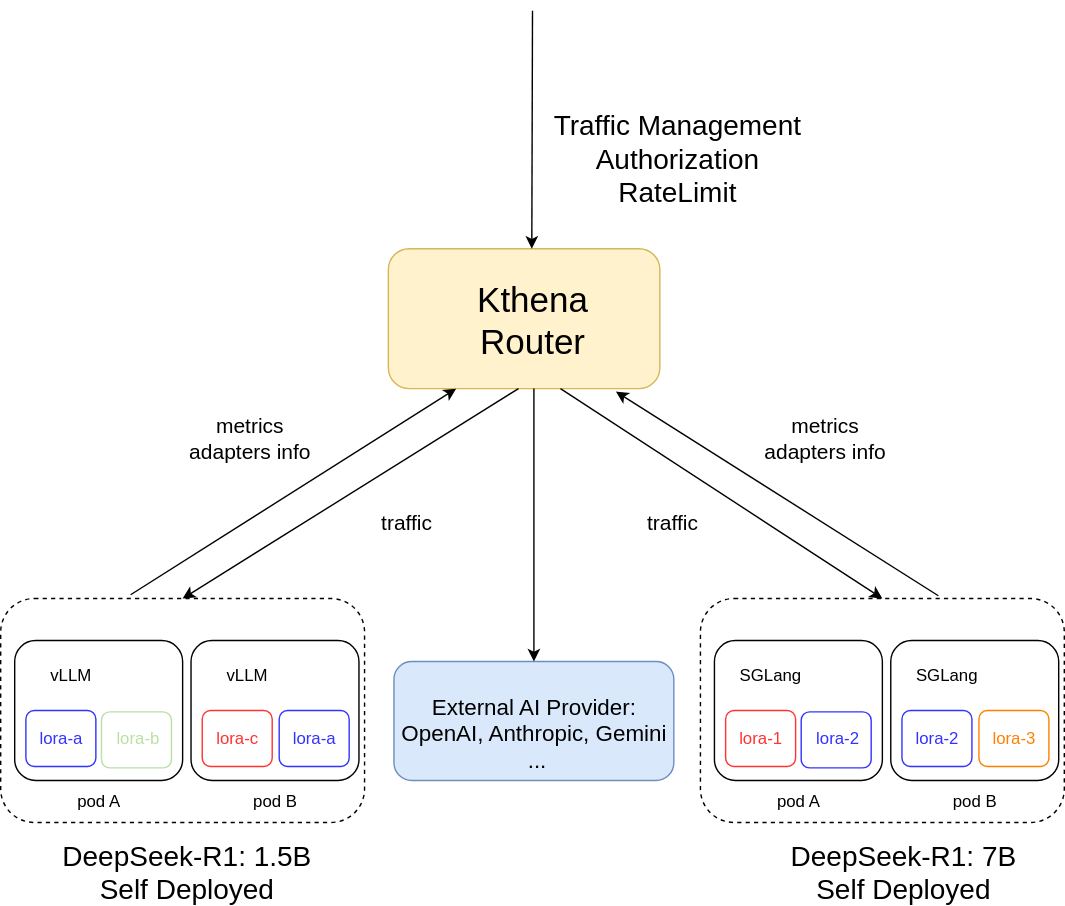
matrixinfer-ai/kthena keeps this draw.io diagram as docs/kthena/static/img/kthena-router-arch.svg. Above is the earlier version. Source tidied: cells renumbered, new cells last; positions are measured from the earlier drawing's top-left corner, leaving out a move shared by most shapes. Source of this version:
```xml
<mxGraphModel>
  <root>
    <mxCell id="0" />
    <mxCell id="1" parent="0" />
    <mxCell id="2" style="rounded=1;whiteSpace=wrap;html=1;fillColor=#fff2cc;strokeColor=#d6b656;" parent="1" vertex="1">
      <mxGeometry x="277" y="170" width="194" height="100" as="geometry" />
    </mxCell>
    <mxCell id="3" style="rounded=1;whiteSpace=wrap;html=1;strokeColor=default;dashed=1;" parent="1" vertex="1">
      <mxGeometry y="420" width="260" height="160" as="geometry" />
    </mxCell>
    <mxCell id="4" style="rounded=1;whiteSpace=wrap;html=1;" parent="1" vertex="1">
      <mxGeometry x="10" y="450" width="120" height="100" as="geometry" />
    </mxCell>
    <mxCell id="5" style="rounded=1;whiteSpace=wrap;html=1;labelBorderColor=none;strokeColor=#3333FF;" parent="1" vertex="1">
      <mxGeometry x="18" y="500" width="50" height="40" as="geometry" />
    </mxCell>
    <mxCell id="6" style="rounded=1;whiteSpace=wrap;html=1;strokeColor=#B9E0A5;" parent="1" vertex="1">
      <mxGeometry x="72" y="501" width="50" height="40" as="geometry" />
    </mxCell>
    <mxCell id="7" value="lora-a" style="text;html=1;align=center;verticalAlign=middle;whiteSpace=wrap;rounded=0;fontColor=#3333FF;" parent="1" vertex="1">
      <mxGeometry x="13" y="505" width="60" height="30" as="geometry" />
    </mxCell>
    <mxCell id="8" value="lora-b" style="text;html=1;align=center;verticalAlign=middle;whiteSpace=wrap;rounded=0;fontColor=#B9E0A5;" parent="1" vertex="1">
      <mxGeometry x="68" y="505" width="60" height="30" as="geometry" />
    </mxCell>
    <mxCell id="9" value="vLLM" style="text;html=1;align=center;verticalAlign=middle;whiteSpace=wrap;rounded=0;" parent="1" vertex="1">
      <mxGeometry x="20" y="460" width="60" height="30" as="geometry" />
    </mxCell>
    <mxCell id="10" value="pod A" style="text;html=1;align=center;verticalAlign=middle;whiteSpace=wrap;rounded=0;" parent="1" vertex="1">
      <mxGeometry x="40" y="550" width="60" height="30" as="geometry" />
    </mxCell>
    <mxCell id="11" style="rounded=1;whiteSpace=wrap;html=1;" parent="1" vertex="1">
      <mxGeometry x="136" y="450" width="120" height="100" as="geometry" />
    </mxCell>
    <mxCell id="12" value="vLLM" style="text;html=1;align=center;verticalAlign=middle;whiteSpace=wrap;rounded=0;" parent="1" vertex="1">
      <mxGeometry x="146" y="460" width="60" height="30" as="geometry" />
    </mxCell>
    <mxCell id="13" value="pod B" style="text;html=1;align=center;verticalAlign=middle;whiteSpace=wrap;rounded=0;" parent="1" vertex="1">
      <mxGeometry x="166" y="550" width="60" height="30" as="geometry" />
    </mxCell>
    <mxCell id="14" style="rounded=1;whiteSpace=wrap;html=1;strokeColor=#FF3333;" parent="1" vertex="1">
      <mxGeometry x="144" y="500" width="50" height="40" as="geometry" />
    </mxCell>
    <mxCell id="15" value="lora-c" style="text;html=1;align=center;verticalAlign=middle;whiteSpace=wrap;rounded=0;fontColor=#FF3333;" parent="1" vertex="1">
      <mxGeometry x="139" y="505" width="60" height="30" as="geometry" />
    </mxCell>
    <mxCell id="16" style="rounded=1;whiteSpace=wrap;html=1;strokeColor=#3333FF;" parent="1" vertex="1">
      <mxGeometry x="199" y="500" width="50" height="40" as="geometry" />
    </mxCell>
    <mxCell id="17" value="lora-a" style="text;html=1;align=center;verticalAlign=middle;whiteSpace=wrap;rounded=0;fontColor=#3333FF;" parent="1" vertex="1">
      <mxGeometry x="194" y="505" width="60" height="30" as="geometry" />
    </mxCell>
    <mxCell id="18" style="rounded=1;whiteSpace=wrap;html=1;strokeColor=default;dashed=1;" parent="1" vertex="1">
      <mxGeometry x="500" y="420" width="260" height="160" as="geometry" />
    </mxCell>
    <mxCell id="19" style="rounded=1;whiteSpace=wrap;html=1;" parent="1" vertex="1">
      <mxGeometry x="510" y="450" width="120" height="100" as="geometry" />
    </mxCell>
    <mxCell id="20" style="rounded=1;whiteSpace=wrap;html=1;fontColor=#FF3333;strokeColor=#FF3333;" parent="1" vertex="1">
      <mxGeometry x="518" y="500" width="50" height="40" as="geometry" />
    </mxCell>
    <mxCell id="21" style="rounded=1;whiteSpace=wrap;html=1;strokeColor=#3333FF;" parent="1" vertex="1">
      <mxGeometry x="572" y="501" width="50" height="40" as="geometry" />
    </mxCell>
    <mxCell id="22" value="lora-1" style="text;html=1;align=center;verticalAlign=middle;whiteSpace=wrap;rounded=0;fontColor=#FF3333;" parent="1" vertex="1">
      <mxGeometry x="513" y="505" width="60" height="30" as="geometry" />
    </mxCell>
    <mxCell id="23" value="lora-2" style="text;html=1;align=center;verticalAlign=middle;whiteSpace=wrap;rounded=0;fontColor=#3333FF;strokeColor=none;" parent="1" vertex="1">
      <mxGeometry x="568" y="505" width="60" height="30" as="geometry" />
    </mxCell>
    <mxCell id="24" value="SGLang" style="text;html=1;align=center;verticalAlign=middle;whiteSpace=wrap;rounded=0;" parent="1" vertex="1">
      <mxGeometry x="520" y="460" width="60" height="30" as="geometry" />
    </mxCell>
    <mxCell id="25" value="pod A" style="text;html=1;align=center;verticalAlign=middle;whiteSpace=wrap;rounded=0;" parent="1" vertex="1">
      <mxGeometry x="540" y="550" width="60" height="30" as="geometry" />
    </mxCell>
    <mxCell id="26" style="rounded=1;whiteSpace=wrap;html=1;" parent="1" vertex="1">
      <mxGeometry x="636" y="450" width="120" height="100" as="geometry" />
    </mxCell>
    <mxCell id="27" value="SGLang" style="text;html=1;align=center;verticalAlign=middle;whiteSpace=wrap;rounded=0;" parent="1" vertex="1">
      <mxGeometry x="646" y="460" width="60" height="30" as="geometry" />
    </mxCell>
    <mxCell id="28" value="pod B" style="text;html=1;align=center;verticalAlign=middle;whiteSpace=wrap;rounded=0;" parent="1" vertex="1">
      <mxGeometry x="666" y="550" width="60" height="30" as="geometry" />
    </mxCell>
    <mxCell id="29" style="rounded=1;whiteSpace=wrap;html=1;strokeColor=#3333FF;" parent="1" vertex="1">
      <mxGeometry x="644" y="500" width="50" height="40" as="geometry" />
    </mxCell>
    <mxCell id="30" value="lora-2" style="text;html=1;align=center;verticalAlign=middle;whiteSpace=wrap;rounded=0;fontColor=#3333FF;" parent="1" vertex="1">
      <mxGeometry x="639" y="505" width="60" height="30" as="geometry" />
    </mxCell>
    <mxCell id="31" style="rounded=1;whiteSpace=wrap;html=1;strokeColor=#FF8000;" parent="1" vertex="1">
      <mxGeometry x="699" y="500" width="50" height="40" as="geometry" />
    </mxCell>
    <mxCell id="32" value="lora-3" style="text;html=1;align=center;verticalAlign=middle;whiteSpace=wrap;rounded=0;fontColor=#FF8000;" parent="1" vertex="1">
      <mxGeometry x="694" y="505" width="60" height="30" as="geometry" />
    </mxCell>
    <mxCell id="33" value="&lt;font style=&quot;font-size: 25px;&quot;&gt;Kthena&lt;/font&gt;&lt;div&gt;&lt;font style=&quot;font-size: 25px;&quot;&gt;Router&lt;/font&gt;&lt;/div&gt;" style="text;html=1;align=center;verticalAlign=middle;whiteSpace=wrap;rounded=0;" parent="1" vertex="1">
      <mxGeometry x="350" y="205" width="60" height="30" as="geometry" />
    </mxCell>
    <mxCell id="34" style="rounded=1;whiteSpace=wrap;html=1;fillColor=#dae8fc;strokeColor=#6c8ebf;" parent="1" vertex="1">
      <mxGeometry x="281" y="465" width="200" height="85" as="geometry" />
    </mxCell>
    <mxCell id="35" value="&lt;font style=&quot;font-size: 16px;&quot;&gt;External AI Provider:&lt;/font&gt;&lt;div&gt;&lt;font style=&quot;font-size: 16px;&quot;&gt;OpenAI, Anthropic, Gemini&lt;/font&gt;&lt;/div&gt;&lt;div&gt;&lt;font style=&quot;font-size: 16px;&quot;&gt;&amp;nbsp;...&lt;/font&gt;&lt;/div&gt;" style="text;html=1;align=center;verticalAlign=middle;whiteSpace=wrap;rounded=0;" parent="1" vertex="1">
      <mxGeometry x="256" y="501" width="250" height="30" as="geometry" />
    </mxCell>
    <mxCell id="36" style="endArrow=classic;html=1;rounded=0;entryX=0.5;entryY=0;entryDx=0;entryDy=0;" parent="1" edge="1" target="3">
      <mxGeometry relative="1" as="geometry">
        <mxPoint x="370" y="270" as="sourcePoint" />
      </mxGeometry>
    </mxCell>
    <mxCell id="37" style="endArrow=classic;html=1;rounded=0;exitX=0.357;exitY=-0.017;exitDx=0;exitDy=0;exitPerimeter=0;entryX=0.25;entryY=1;entryDx=0;entryDy=0;" parent="1" edge="1" source="3" target="2">
      <mxGeometry relative="1" as="geometry" />
    </mxCell>
    <mxCell id="38" style="endArrow=classic;html=1;rounded=0;entryX=0.5;entryY=0;entryDx=0;entryDy=0;" parent="1" edge="1" target="34">
      <mxGeometry relative="1" as="geometry">
        <mxPoint x="381" y="270" as="sourcePoint" />
      </mxGeometry>
    </mxCell>
    <mxCell id="39" style="endArrow=classic;html=1;rounded=0;entryX=0.5;entryY=0;entryDx=0;entryDy=0;" parent="1" edge="1" target="18">
      <mxGeometry relative="1" as="geometry">
        <mxPoint x="400" y="270" as="sourcePoint" />
      </mxGeometry>
    </mxCell>
    <mxCell id="40" style="endArrow=classic;html=1;rounded=0;entryX=0.838;entryY=1.021;entryDx=0;entryDy=0;entryPerimeter=0;" parent="1" edge="1" target="2">
      <mxGeometry relative="1" as="geometry">
        <mxPoint x="670" y="418" as="sourcePoint" />
      </mxGeometry>
    </mxCell>
    <mxCell id="41" style="endArrow=classic;html=1;rounded=0;" parent="1" edge="1">
      <mxGeometry relative="1" as="geometry">
        <mxPoint x="380" as="sourcePoint" />
        <mxPoint x="379.5" y="170" as="targetPoint" />
      </mxGeometry>
    </mxCell>
    <mxCell id="42" value="&lt;font style=&quot;font-size: 20px;&quot;&gt;Traffic Management&lt;/font&gt;&lt;div&gt;&lt;font style=&quot;font-size: 20px;&quot;&gt;Authorization&lt;/font&gt;&lt;/div&gt;&lt;div&gt;&lt;font style=&quot;font-size: 20px;&quot;&gt;RateLimit&lt;/font&gt;&lt;/div&gt;" style="text;html=1;align=center;verticalAlign=middle;whiteSpace=wrap;rounded=0;" parent="1" vertex="1">
      <mxGeometry x="394" y="70" width="179" height="70" as="geometry" />
    </mxCell>
    <mxCell id="43" value="&lt;font style=&quot;font-size: 15px;&quot;&gt;metrics&lt;/font&gt;&lt;div&gt;&lt;font style=&quot;font-size: 15px;&quot;&gt;adapters info&lt;/font&gt;&lt;/div&gt;" style="text;html=1;align=center;verticalAlign=middle;whiteSpace=wrap;rounded=0;" parent="1" vertex="1">
      <mxGeometry x="128" y="290" width="100" height="30" as="geometry" />
    </mxCell>
    <mxCell id="44" value="&lt;font style=&quot;font-size: 15px;&quot;&gt;metrics&lt;/font&gt;&lt;div&gt;&lt;font style=&quot;font-size: 15px;&quot;&gt;adapters info&lt;/font&gt;&lt;/div&gt;" style="text;html=1;align=center;verticalAlign=middle;whiteSpace=wrap;rounded=0;" parent="1" vertex="1">
      <mxGeometry x="539" y="290" width="100" height="30" as="geometry" />
    </mxCell>
    <mxCell id="45" value="&lt;span style=&quot;font-size: 15px;&quot;&gt;traffic&lt;/span&gt;" style="text;html=1;align=center;verticalAlign=middle;whiteSpace=wrap;rounded=0;" parent="1" vertex="1">
      <mxGeometry x="240" y="350" width="100" height="30" as="geometry" />
    </mxCell>
    <mxCell id="46" value="&lt;span style=&quot;font-size: 15px;&quot;&gt;traffic&lt;/span&gt;" style="text;html=1;align=center;verticalAlign=middle;whiteSpace=wrap;rounded=0;" parent="1" vertex="1">
      <mxGeometry x="430" y="350" width="100" height="30" as="geometry" />
    </mxCell>
    <mxCell id="47" value="&lt;font style=&quot;font-size: 20px;&quot;&gt;DeepSeek-R1: 1.5B&lt;/font&gt;&lt;div&gt;&lt;font style=&quot;font-size: 20px;&quot;&gt;Self Deployed&lt;/font&gt;&lt;/div&gt;" style="text;html=1;align=center;verticalAlign=middle;whiteSpace=wrap;rounded=0;" parent="1" vertex="1">
      <mxGeometry x="38" y="600" width="190" height="30" as="geometry" />
    </mxCell>
    <mxCell id="48" value="&lt;font style=&quot;font-size: 20px;&quot;&gt;DeepSeek-R1: 7B&lt;/font&gt;&lt;div&gt;&lt;font style=&quot;font-size: 20px;&quot;&gt;Self Deployed&lt;/font&gt;&lt;/div&gt;" style="text;html=1;align=center;verticalAlign=middle;whiteSpace=wrap;rounded=0;" parent="1" vertex="1">
      <mxGeometry x="550" y="600" width="190" height="30" as="geometry" />
    </mxCell>
  </root>
</mxGraphModel>
```
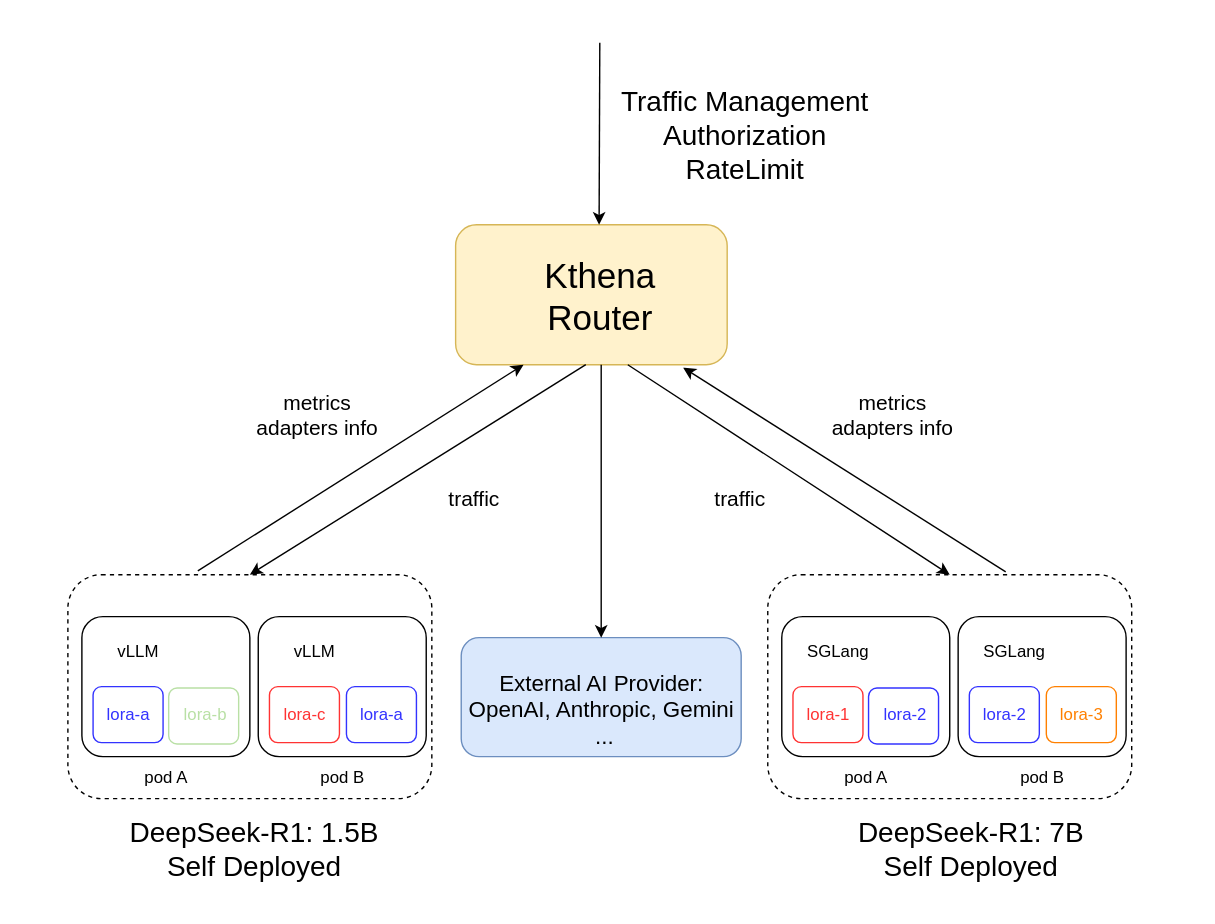
After the change.

Change to the diagram source:
```diff
@@ -2,6 +2,9 @@
   <root>
     <mxCell id="0" />
     <mxCell id="1" parent="0" />
+    <mxCell id="49" style="rounded=0;whiteSpace=wrap;html=1;fillColor=none;strokeColor=none;" parent="1" vertex="1">
+      <mxGeometry x="-48" y="10" width="868" height="660" as="geometry" />
+    </mxCell>
     <mxCell id="2" style="rounded=1;whiteSpace=wrap;html=1;fillColor=#fff2cc;strokeColor=#d6b656;" parent="1" vertex="1">
       <mxGeometry x="277" y="170" width="194" height="100" as="geometry" />
     </mxCell>
@@ -129,7 +132,7 @@
     </mxCell>
     <mxCell id="41" style="endArrow=classic;html=1;rounded=0;" parent="1" edge="1">
       <mxGeometry relative="1" as="geometry">
-        <mxPoint x="380" as="sourcePoint" />
+        <mxPoint x="380" y="40" as="sourcePoint" />
         <mxPoint x="379.5" y="170" as="targetPoint" />
       </mxGeometry>
     </mxCell>
```
